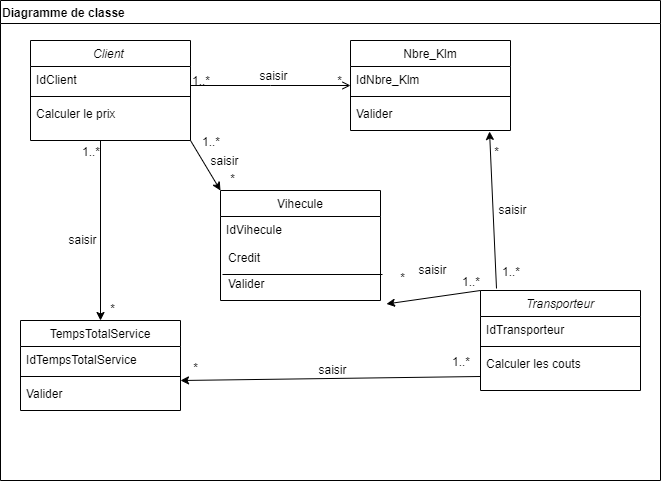
The draw.io diagram class_D_F.drawio.png in mohammedtlili/WASSALI, before a commit. Source tidied: cells renumbered, new cells last; positions are measured from the earlier drawing's top-left corner, leaving out a move shared by most shapes.
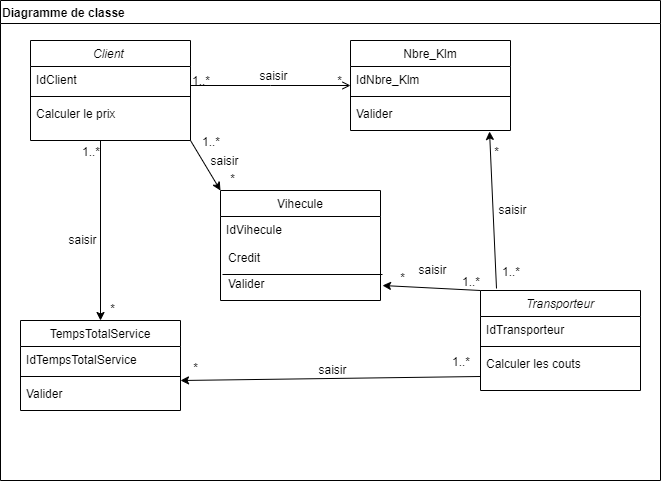
After the commit.

What changed in the source:
```diff
@@ -87,7 +87,7 @@
     <mxCell id="26" style="endArrow=classic;html=1;rounded=0;exitX=0.1;exitY=-0.02;exitDx=0;exitDy=0;entryX=0.869;entryY=1.192;entryDx=0;entryDy=0;entryPerimeter=0;exitPerimeter=0;" parent="1" edge="1" source="19" target="9">
       <mxGeometry relative="1" as="geometry" />
     </mxCell>
-    <mxCell id="27" style="endArrow=classic;html=1;rounded=0;entryX=1.025;entryY=1.115;entryDx=0;entryDy=0;entryPerimeter=0;exitX=0;exitY=0;exitDx=0;exitDy=0;" parent="1" edge="1" source="19" target="46">
+    <mxCell id="27" style="endArrow=classic;html=1;rounded=0;entryX=1;entryY=0.5;entryDx=0;entryDy=0;exitX=0;exitY=0;exitDx=0;exitDy=0;" parent="1" edge="1" source="19" target="46">
       <mxGeometry relative="1" as="geometry" />
     </mxCell>
     <mxCell id="28" style="endArrow=classic;html=1;rounded=0;exitX=0;exitY=1;exitDx=0;exitDy=0;exitPerimeter=0;" parent="1" edge="1" source="22">
```
